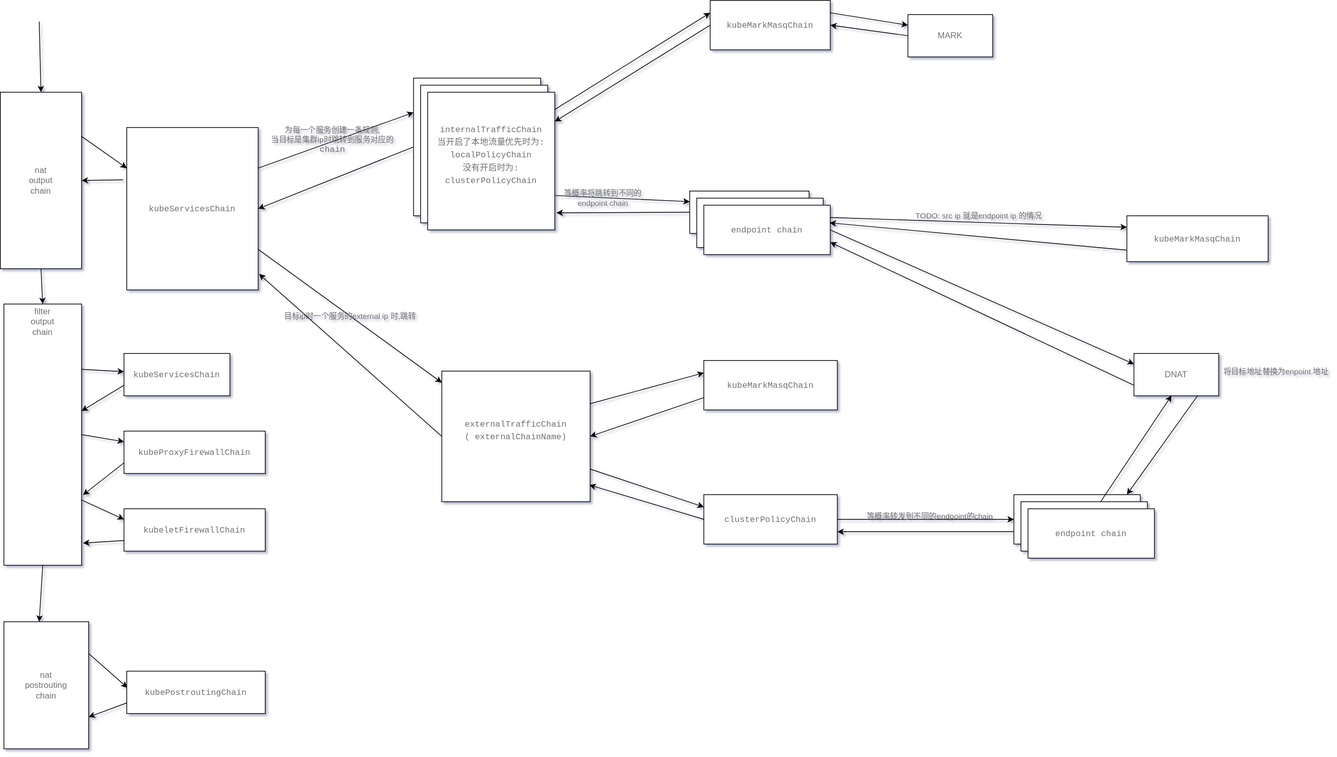
The draw.io diagram Kubernetes/resource/kubeProxyInitOutputChainJump.drawio.svg in FanHa/fanha.github.io, before a commit. Source tidied: cells renumbered, new cells last; positions are measured from the earlier drawing's top-left corner, leaving out a move shared by most shapes.
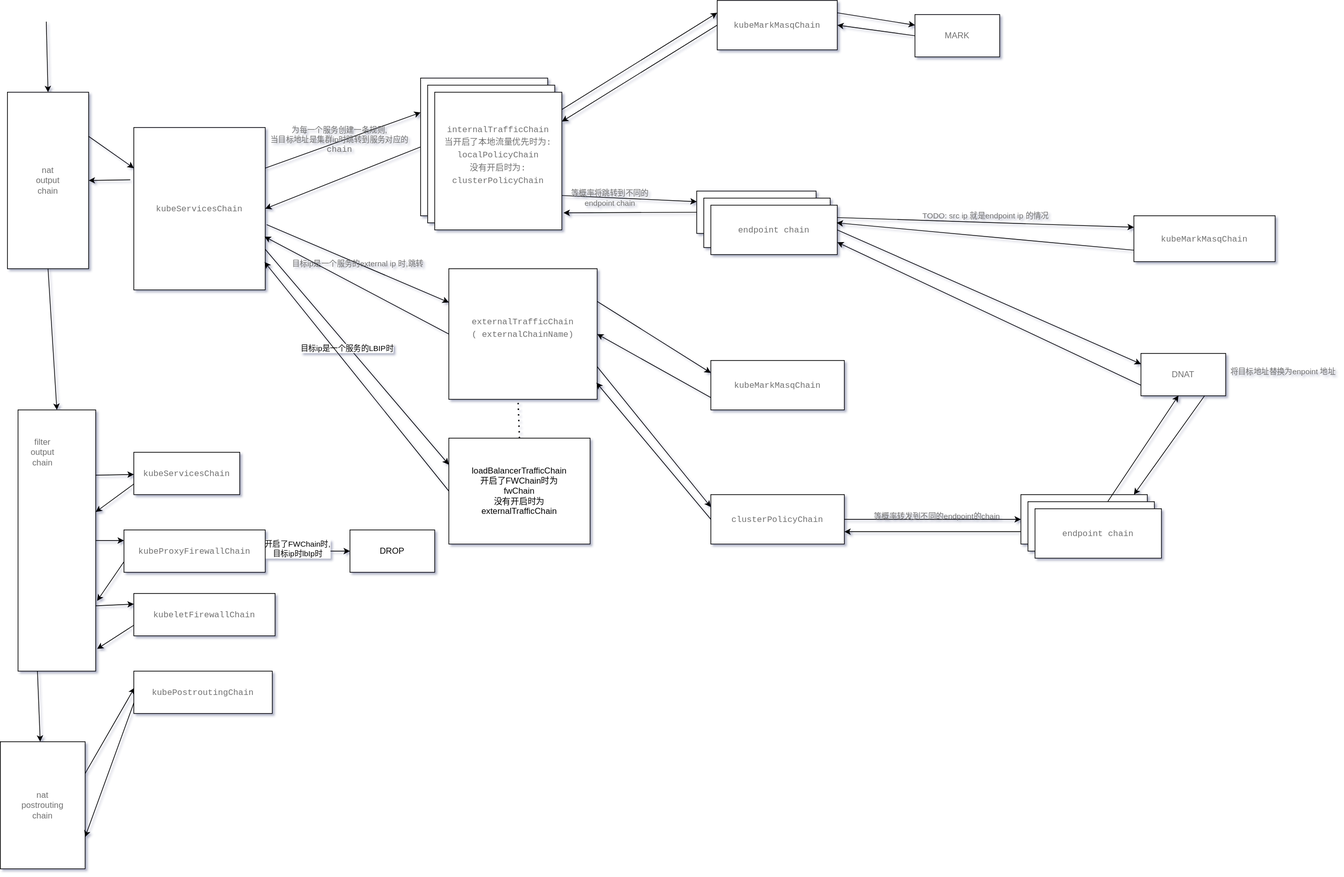
Above is the later version.

Commit message:
update kube-proxy

Change to the diagram source:
```diff
@@ -11,34 +11,38 @@
     <mxCell id="4" style="edgeStyle=none;html=1;exitX=1;exitY=0.75;exitDx=0;exitDy=0;entryX=0;entryY=0.25;entryDx=0;entryDy=0;labelBackgroundColor=none;fontColor=#707070;" parent="1" edge="1" source="6" target="13">
       <mxGeometry relative="1" as="geometry" />
     </mxCell>
-    <mxCell id="5" style="edgeStyle=none;html=1;exitX=0.5;exitY=1;exitDx=0;exitDy=0;labelBackgroundColor=none;fontColor=#707070;" parent="1" edge="1" source="6">
-      <mxGeometry relative="1" as="geometry">
-        <mxPoint x="55" y="880" as="targetPoint" />
-      </mxGeometry>
-    </mxCell>
+    <mxCell id="67" style="edgeStyle=none;html=1;exitX=0.25;exitY=1;exitDx=0;exitDy=0;" parent="1" edge="1" source="6" target="24">
+      <mxGeometry relative="1" as="geometry" />
+    </mxCell>
     <mxCell id="6" style="rounded=0;whiteSpace=wrap;html=1;labelBackgroundColor=none;fontColor=#707070;" parent="1" vertex="1">
-      <mxGeometry x="5" y="430" width="110" height="370" as="geometry" />
+      <mxGeometry x="15" y="580" width="110" height="370" as="geometry" />
     </mxCell>
     <mxCell id="7" value="filter output&lt;br&gt;chain" style="text;html=1;strokeColor=none;fillColor=none;align=center;verticalAlign=middle;whiteSpace=wrap;rounded=0;labelBackgroundColor=none;fontColor=#707070;" parent="1" vertex="1">
-      <mxGeometry x="30" y="440" width="60" height="30" as="geometry" />
+      <mxGeometry x="20" y="625" width="60" height="30" as="geometry" />
     </mxCell>
     <mxCell id="8" style="edgeStyle=none;html=1;exitX=0;exitY=0.75;exitDx=0;exitDy=0;labelBackgroundColor=none;fontColor=#707070;" parent="1" edge="1" source="9" target="6">
       <mxGeometry relative="1" as="geometry" />
     </mxCell>
     <mxCell id="9" value="&lt;div style=&quot;font-family: Menlo, Monaco, &amp;quot;Courier New&amp;quot;, monospace; line-height: 18px;&quot;&gt;kubeServicesChain&lt;/div&gt;" style="rounded=0;whiteSpace=wrap;html=1;labelBackgroundColor=none;fontColor=#707070;" parent="1" vertex="1">
-      <mxGeometry x="175" y="500" width="150" height="60" as="geometry" />
+      <mxGeometry x="179" y="640" width="150" height="60" as="geometry" />
     </mxCell>
     <mxCell id="10" style="edgeStyle=none;html=1;exitX=0;exitY=0.75;exitDx=0;exitDy=0;entryX=1.018;entryY=0.731;entryDx=0;entryDy=0;entryPerimeter=0;labelBackgroundColor=none;fontColor=#707070;" parent="1" edge="1" source="11" target="6">
       <mxGeometry relative="1" as="geometry" />
     </mxCell>
+    <mxCell id="68" style="edgeStyle=none;html=1;exitX=1;exitY=0.5;exitDx=0;exitDy=0;entryX=0;entryY=0.5;entryDx=0;entryDy=0;" parent="1" edge="1" source="11" target="75">
+      <mxGeometry relative="1" as="geometry" />
+    </mxCell>
+    <mxCell id="69" value="开启了FWChain时,&lt;br&gt;目标ip时lbIp时" style="edgeLabel;html=1;align=center;verticalAlign=middle;" parent="68" vertex="1">
+      <mxGeometry x="-0.24" y="4" relative="1" as="geometry" />
+    </mxCell>
     <mxCell id="11" value="&lt;div style=&quot;font-family: Menlo, Monaco, &amp;quot;Courier New&amp;quot;, monospace; line-height: 18px;&quot;&gt;&lt;div style=&quot;line-height: 18px;&quot;&gt;kubeProxyFirewallChain&lt;/div&gt;&lt;/div&gt;" style="rounded=0;whiteSpace=wrap;html=1;labelBackgroundColor=none;fontColor=#707070;" parent="1" vertex="1">
-      <mxGeometry x="175" y="610" width="200" height="60" as="geometry" />
+      <mxGeometry x="165" y="750" width="200" height="60" as="geometry" />
     </mxCell>
     <mxCell id="12" style="edgeStyle=none;html=1;exitX=0;exitY=0.75;exitDx=0;exitDy=0;entryX=1.018;entryY=0.915;entryDx=0;entryDy=0;entryPerimeter=0;labelBackgroundColor=none;fontColor=#707070;" parent="1" edge="1" source="13" target="6">
       <mxGeometry relative="1" as="geometry" />
     </mxCell>
     <mxCell id="13" value="&lt;div style=&quot;font-family: Menlo, Monaco, &amp;quot;Courier New&amp;quot;, monospace; line-height: 18px;&quot;&gt;&lt;div style=&quot;line-height: 18px;&quot;&gt;&lt;div style=&quot;line-height: 18px;&quot;&gt;kubeletFirewallChain&lt;/div&gt;&lt;/div&gt;&lt;/div&gt;" style="rounded=0;whiteSpace=wrap;html=1;labelBackgroundColor=none;fontColor=#707070;" parent="1" vertex="1">
-      <mxGeometry x="175" y="720" width="200" height="60" as="geometry" />
+      <mxGeometry x="179" y="840" width="200" height="60" as="geometry" />
     </mxCell>
     <mxCell id="14" style="edgeStyle=none;html=1;exitX=1;exitY=0.25;exitDx=0;exitDy=0;entryX=0;entryY=0.25;entryDx=0;entryDy=0;labelBackgroundColor=none;fontColor=#707070;" parent="1" edge="1" source="16" target="21">
       <mxGeometry relative="1" as="geometry" />
@@ -55,12 +59,18 @@
     <mxCell id="18" style="edgeStyle=none;html=1;exitX=1;exitY=0.25;exitDx=0;exitDy=0;entryX=0;entryY=0.25;entryDx=0;entryDy=0;labelBackgroundColor=none;fontColor=#707070;" parent="1" edge="1" source="21" target="28">
       <mxGeometry relative="1" as="geometry" />
     </mxCell>
-    <mxCell id="19" value="为每一个服务创建一条规则,&lt;br&gt;当目标是集群ip时跳转到服务对应的&lt;br&gt;&lt;font face=&quot;Menlo, Monaco, Courier New, monospace&quot;&gt;&lt;span style=&quot;font-size: 12px;&quot;&gt;chain&lt;/span&gt;&lt;/font&gt;" style="edgeLabel;html=1;align=center;verticalAlign=middle;labelBackgroundColor=none;fontColor=#707070;" parent="18" vertex="1">
+    <mxCell id="19" value="为每一个服务创建一条规则,&lt;br&gt;当目标地址是集群ip时跳转到服务对应的&lt;br&gt;&lt;font face=&quot;Menlo, Monaco, Courier New, monospace&quot;&gt;&lt;span style=&quot;font-size: 12px;&quot;&gt;chain&lt;/span&gt;&lt;/font&gt;" style="edgeLabel;html=1;align=center;verticalAlign=middle;labelBackgroundColor=none;fontColor=#707070;" parent="18" vertex="1">
       <mxGeometry x="-0.04" y="2" relative="1" as="geometry" />
     </mxCell>
-    <mxCell id="20" value="目标ip时一个服务的external ip 时,跳转" style="edgeStyle=none;html=1;exitX=1;exitY=0.75;exitDx=0;exitDy=0;labelBackgroundColor=none;fontColor=#707070;" parent="1" edge="1" source="21" target="55">
+    <mxCell id="20" value="目标ip是一个服务的external ip 时,跳转" style="edgeStyle=none;html=1;exitX=1.011;exitY=0.598;exitDx=0;exitDy=0;labelBackgroundColor=none;fontColor=#707070;exitPerimeter=0;" parent="1" edge="1" source="21" target="55">
       <mxGeometry relative="1" as="geometry" />
     </mxCell>
+    <mxCell id="70" style="edgeStyle=none;html=1;exitX=1;exitY=0.75;exitDx=0;exitDy=0;entryX=0;entryY=0.25;entryDx=0;entryDy=0;" parent="1" edge="1" source="21" target="73">
+      <mxGeometry relative="1" as="geometry" />
+    </mxCell>
+    <mxCell id="71" value="目标ip是一个服务的LBIP时" style="edgeLabel;html=1;align=center;verticalAlign=middle;" parent="70" vertex="1">
+      <mxGeometry x="-0.09" y="-3" relative="1" as="geometry" />
+    </mxCell>
     <mxCell id="21" value="&lt;div style=&quot;font-family: Menlo, Monaco, &amp;quot;Courier New&amp;quot;, monospace; line-height: 18px;&quot;&gt;kubeServicesChain&lt;/div&gt;" style="rounded=0;whiteSpace=wrap;html=1;labelBackgroundColor=none;fontColor=#707070;" parent="1" vertex="1">
       <mxGeometry x="179" y="180" width="186" height="230" as="geometry" />
     </mxCell>
@@ -73,7 +83,7 @@
       <mxGeometry relative="1" as="geometry" />
     </mxCell>
     <mxCell id="24" value="nat&lt;br&gt;postrouting&lt;br&gt;chain" style="rounded=0;whiteSpace=wrap;html=1;labelBackgroundColor=none;fontColor=#707070;" parent="1" vertex="1">
-      <mxGeometry x="5" y="880" width="120" height="180" as="geometry" />
+      <mxGeometry x="-10" y="1050" width="120" height="180" as="geometry" />
     </mxCell>
     <mxCell id="25" style="edgeStyle=none;html=1;exitX=0;exitY=0.75;exitDx=0;exitDy=0;entryX=1;entryY=0.75;entryDx=0;entryDy=0;labelBackgroundColor=none;fontColor=#707070;" parent="1" edge="1" source="26" target="24">
       <mxGeometry relative="1" as="geometry" />
@@ -162,7 +172,7 @@
     <mxCell id="51" value="&lt;div style=&quot;font-family: Menlo, Monaco, &amp;quot;Courier New&amp;quot;, monospace; line-height: 18px;&quot;&gt;kubeMarkMasqChain&lt;/div&gt;" style="whiteSpace=wrap;html=1;labelBackgroundColor=none;fontColor=#707070;" parent="1" vertex="1">
       <mxGeometry x="1595" y="305" width="200" height="65" as="geometry" />
     </mxCell>
-    <mxCell id="52" style="edgeStyle=none;html=1;exitX=0;exitY=0.5;exitDx=0;exitDy=0;entryX=1.007;entryY=0.902;entryDx=0;entryDy=0;entryPerimeter=0;labelBackgroundColor=none;fontColor=#707070;" parent="1" edge="1" source="55" target="21">
+    <mxCell id="52" style="edgeStyle=none;html=1;exitX=0;exitY=0.5;exitDx=0;exitDy=0;entryX=0.995;entryY=0.672;entryDx=0;entryDy=0;entryPerimeter=0;labelBackgroundColor=none;fontColor=#707070;" parent="1" edge="1" source="55" target="21">
       <mxGeometry relative="1" as="geometry" />
     </mxCell>
     <mxCell id="53" style="edgeStyle=none;html=1;exitX=1;exitY=0.25;exitDx=0;exitDy=0;entryX=0;entryY=0.25;entryDx=0;entryDy=0;labelBackgroundColor=none;fontColor=#707070;" parent="1" edge="1" source="55" target="57">
@@ -172,7 +182,7 @@
       <mxGeometry relative="1" as="geometry" />
     </mxCell>
     <mxCell id="55" value="&lt;div style=&quot;font-family: Menlo, Monaco, &amp;quot;Courier New&amp;quot;, monospace; line-height: 18px;&quot;&gt;&lt;div style=&quot;line-height: 18px;&quot;&gt;&lt;div style=&quot;line-height: 18px;&quot;&gt;&lt;span style=&quot;&quot;&gt;externalTrafficChain&lt;/span&gt;&lt;/div&gt;&lt;/div&gt;&lt;div style=&quot;line-height: 18px;&quot;&gt;&lt;span style=&quot;&quot;&gt;(&lt;span style=&quot;&quot;&gt;externalChainName)&lt;/span&gt;&lt;/span&gt;&lt;/div&gt;&lt;div style=&quot;line-height: 18px;&quot;&gt;&lt;div style=&quot;line-height: 18px;&quot;&gt;&lt;div style=&quot;line-height: 18px;&quot;&gt;&lt;br&gt;&lt;/div&gt;&lt;/div&gt;&lt;/div&gt;&lt;/div&gt;" style="rounded=0;whiteSpace=wrap;html=1;labelBackgroundColor=none;fontColor=#707070;" parent="1" vertex="1">
-      <mxGeometry x="625" y="525" width="210" height="185" as="geometry" />
+      <mxGeometry x="625" y="380" width="210" height="185" as="geometry" />
     </mxCell>
     <mxCell id="56" style="edgeStyle=none;html=1;exitX=0;exitY=0.75;exitDx=0;exitDy=0;entryX=1;entryY=0.5;entryDx=0;entryDy=0;labelBackgroundColor=none;fontColor=#707070;" parent="1" edge="1" source="57" target="55">
       <mxGeometry relative="1" as="geometry" />
@@ -211,5 +221,17 @@
     <mxCell id="66" value="&lt;div style=&quot;font-family: Menlo, Monaco, &amp;quot;Courier New&amp;quot;, monospace; font-weight: normal; font-size: 12px; line-height: 18px;&quot;&gt;&lt;div&gt;&lt;span style=&quot;&quot;&gt;endpoint chain&lt;/span&gt;&lt;/div&gt;&lt;/div&gt;" style="rounded=0;whiteSpace=wrap;html=1;labelBackgroundColor=none;fontColor=#707070;" parent="1" vertex="1">
       <mxGeometry x="1455" y="720" width="179" height="70" as="geometry" />
     </mxCell>
+    <mxCell id="72" style="edgeStyle=none;html=1;exitX=0;exitY=0.5;exitDx=0;exitDy=0;entryX=0.995;entryY=0.828;entryDx=0;entryDy=0;entryPerimeter=0;" parent="1" edge="1" source="73" target="21">
+      <mxGeometry relative="1" as="geometry" />
+    </mxCell>
+    <mxCell id="73" value="loadBalancerTrafficChain&lt;br&gt;开启了FWChain时为&lt;br&gt;fwChain&lt;br&gt;没有开启时为&lt;br&gt;externalTrafficChain" style="rounded=0;whiteSpace=wrap;html=1;" parent="1" vertex="1">
+      <mxGeometry x="625" y="620" width="200" height="150" as="geometry" />
+    </mxCell>
+    <mxCell id="74" style="endArrow=none;dashed=1;html=1;dashPattern=1 3;strokeWidth=2;exitX=0.5;exitY=0;exitDx=0;exitDy=0;entryX=0.467;entryY=1.016;entryDx=0;entryDy=0;entryPerimeter=0;" parent="1" edge="1" source="73" target="55">
+      <mxGeometry relative="1" as="geometry" />
+    </mxCell>
+    <mxCell id="75" value="DROP" style="rounded=0;whiteSpace=wrap;html=1;" parent="1" vertex="1">
+      <mxGeometry x="485" y="750" width="120" height="60" as="geometry" />
+    </mxCell>
   </root>
 </mxGraphModel>
```
